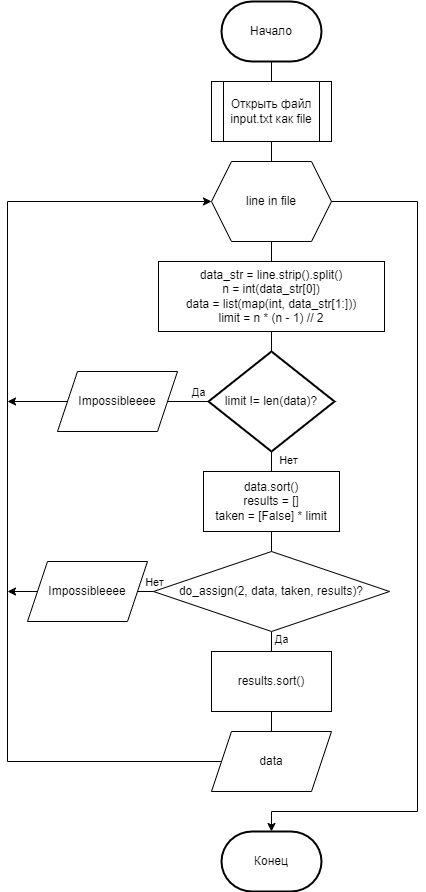
Earlier version of the draw.io export Lab 3/5.1/5.1.drawio.png (EdgeFirewalk/Software-Design-and-Testing-Labs). Source tidied: cells renumbered, new cells last; positions are measured from the earlier drawing's top-left corner, leaving out a move shared by most shapes. Its diagram source:
```xml
<mxGraphModel>
  <root>
    <mxCell id="0" />
    <mxCell id="1" parent="0" />
    <mxCell id="2" style="edgeStyle=orthogonalEdgeStyle;rounded=0;jettySize=auto;html=1;exitX=0.5;exitY=1;exitDx=0;exitDy=0;entryX=0.5;entryY=0;entryDx=0;entryDy=0;endArrow=none;endFill=0;" parent="1" edge="1" source="3" target="7">
      <mxGeometry relative="1" as="geometry" />
    </mxCell>
    <mxCell id="3" value="Открыть файл input.txt как file" style="shape=process;whiteSpace=wrap;html=1;backgroundOutline=1;" parent="1" vertex="1">
      <mxGeometry x="204" y="80" width="120" height="60" as="geometry" />
    </mxCell>
    <mxCell id="4" style="edgeStyle=orthogonalEdgeStyle;rounded=0;jettySize=auto;html=1;exitX=0.5;exitY=1;exitDx=0;exitDy=0;exitPerimeter=0;entryX=0.5;entryY=0;entryDx=0;entryDy=0;endArrow=none;endFill=0;" parent="1" edge="1" source="5" target="3">
      <mxGeometry relative="1" as="geometry" />
    </mxCell>
    <mxCell id="5" value="Начало" style="strokeWidth=2;html=1;shape=mxgraph.flowchart.terminator;whiteSpace=wrap;" parent="1" vertex="1">
      <mxGeometry x="214" width="100" height="60" as="geometry" />
    </mxCell>
    <mxCell id="6" style="edgeStyle=orthogonalEdgeStyle;rounded=0;jettySize=auto;html=1;exitX=0.5;exitY=1;exitDx=0;exitDy=0;entryX=0.5;entryY=0;entryDx=0;entryDy=0;endArrow=none;endFill=0;" parent="1" edge="1" source="7" target="8">
      <mxGeometry relative="1" as="geometry" />
    </mxCell>
    <mxCell id="7" value="line in file" style="shape=hexagon;perimeter=hexagonPerimeter2;whiteSpace=wrap;html=1;fixedSize=1;" parent="1" vertex="1">
      <mxGeometry x="204" y="160" width="120" height="80" as="geometry" />
    </mxCell>
    <mxCell id="8" value="data_str = line.strip().split()&lt;br&gt;n = int(data_str[0])&lt;br&gt;data = list(map(int, data_str[1:]))&lt;br&gt;limit = n * (n - 1) // 2" style="rounded=0;whiteSpace=wrap;html=1;" parent="1" vertex="1">
      <mxGeometry x="151" y="260" width="226" height="70" as="geometry" />
    </mxCell>
    <mxCell id="9" style="edgeStyle=orthogonalEdgeStyle;rounded=0;jettySize=auto;html=1;exitX=0;exitY=0.5;exitDx=0;exitDy=0;exitPerimeter=0;entryX=1;entryY=0.5;entryDx=0;entryDy=0;endArrow=none;endFill=0;" parent="1" edge="1" source="13" target="15">
      <mxGeometry relative="1" as="geometry" />
    </mxCell>
    <mxCell id="10" value="Да" style="edgeLabel;html=1;align=center;verticalAlign=middle;" parent="9" vertex="1">
      <mxGeometry x="0.22" y="-1" relative="1" as="geometry">
        <mxPoint x="7" y="-9" as="offset" />
      </mxGeometry>
    </mxCell>
    <mxCell id="11" style="edgeStyle=orthogonalEdgeStyle;rounded=0;jettySize=auto;html=1;exitX=0.5;exitY=1;exitDx=0;exitDy=0;exitPerimeter=0;entryX=0.5;entryY=0;entryDx=0;entryDy=0;endArrow=none;endFill=0;" parent="1" edge="1" source="13" target="18">
      <mxGeometry relative="1" as="geometry" />
    </mxCell>
    <mxCell id="12" value="Нет" style="edgeLabel;html=1;align=center;verticalAlign=middle;" parent="11" vertex="1">
      <mxGeometry x="-0.19" y="-1" relative="1" as="geometry">
        <mxPoint x="17" as="offset" />
      </mxGeometry>
    </mxCell>
    <mxCell id="13" value="limit != len(data)?" style="strokeWidth=2;html=1;shape=mxgraph.flowchart.decision;whiteSpace=wrap;" parent="1" vertex="1">
      <mxGeometry x="201" y="350" width="126" height="100" as="geometry" />
    </mxCell>
    <mxCell id="14" style="edgeStyle=orthogonalEdgeStyle;rounded=0;jettySize=auto;html=1;exitX=0;exitY=0.5;exitDx=0;exitDy=0;" parent="1" edge="1" source="15">
      <mxGeometry relative="1" as="geometry">
        <mxPoint y="400" as="targetPoint" />
      </mxGeometry>
    </mxCell>
    <mxCell id="15" value="Impossibleeee" style="shape=parallelogram;perimeter=parallelogramPerimeter;whiteSpace=wrap;html=1;fixedSize=1;" parent="1" vertex="1">
      <mxGeometry x="50" y="370" width="120" height="60" as="geometry" />
    </mxCell>
    <mxCell id="16" style="edgeStyle=orthogonalEdgeStyle;rounded=0;jettySize=auto;html=1;exitX=0.5;exitY=1;exitDx=0;exitDy=0;entryX=0.5;entryY=0;entryDx=0;entryDy=0;entryPerimeter=0;endArrow=none;endFill=0;" parent="1" edge="1" source="8" target="13">
      <mxGeometry relative="1" as="geometry" />
    </mxCell>
    <mxCell id="17" style="edgeStyle=orthogonalEdgeStyle;rounded=0;jettySize=auto;html=1;exitX=0.5;exitY=1;exitDx=0;exitDy=0;entryX=0.5;entryY=0;entryDx=0;entryDy=0;endArrow=none;endFill=0;" parent="1" edge="1" source="18" target="23">
      <mxGeometry relative="1" as="geometry" />
    </mxCell>
    <mxCell id="18" value="data.sort()&lt;br&gt;&lt;div&gt;results = []&lt;/div&gt;&lt;div&gt;&lt;span style=&quot;background-color: initial;&quot;&gt;taken = [False] * limit&lt;/span&gt;&lt;/div&gt;" style="rounded=0;whiteSpace=wrap;html=1;" parent="1" vertex="1">
      <mxGeometry x="196" y="470" width="136" height="60" as="geometry" />
    </mxCell>
    <mxCell id="19" style="edgeStyle=orthogonalEdgeStyle;rounded=0;jettySize=auto;html=1;exitX=0.5;exitY=1;exitDx=0;exitDy=0;entryX=0.5;entryY=0;entryDx=0;entryDy=0;endArrow=none;endFill=0;" parent="1" edge="1" source="23" target="25">
      <mxGeometry relative="1" as="geometry" />
    </mxCell>
    <mxCell id="20" value="Да" style="edgeLabel;html=1;align=center;verticalAlign=middle;" parent="19" vertex="1">
      <mxGeometry x="-0.19" y="-1" relative="1" as="geometry">
        <mxPoint x="10" y="-1" as="offset" />
      </mxGeometry>
    </mxCell>
    <mxCell id="21" style="edgeStyle=orthogonalEdgeStyle;rounded=0;jettySize=auto;html=1;exitX=0;exitY=0.5;exitDx=0;exitDy=0;entryX=1;entryY=0.5;entryDx=0;entryDy=0;endArrow=none;endFill=0;" parent="1" edge="1" source="23" target="29">
      <mxGeometry relative="1" as="geometry" />
    </mxCell>
    <mxCell id="22" value="Нет" style="edgeLabel;html=1;align=center;verticalAlign=middle;" parent="21" vertex="1">
      <mxGeometry x="-0.21" y="1" relative="1" as="geometry">
        <mxPoint x="6" y="-11" as="offset" />
      </mxGeometry>
    </mxCell>
    <mxCell id="23" value="do_assign(2, data, taken, results)?" style="rhombus;whiteSpace=wrap;html=1;" parent="1" vertex="1">
      <mxGeometry x="146" y="550" width="236" height="80" as="geometry" />
    </mxCell>
    <mxCell id="24" style="edgeStyle=orthogonalEdgeStyle;rounded=0;jettySize=auto;html=1;exitX=0.5;exitY=1;exitDx=0;exitDy=0;entryX=0.5;entryY=0;entryDx=0;entryDy=0;endArrow=none;endFill=0;" parent="1" edge="1" source="25" target="27">
      <mxGeometry relative="1" as="geometry" />
    </mxCell>
    <mxCell id="25" value="results.sort()" style="rounded=0;whiteSpace=wrap;html=1;" parent="1" vertex="1">
      <mxGeometry x="204" y="650" width="120" height="60" as="geometry" />
    </mxCell>
    <mxCell id="26" style="edgeStyle=orthogonalEdgeStyle;rounded=0;jettySize=auto;html=1;exitX=0;exitY=0.5;exitDx=0;exitDy=0;entryX=0;entryY=0.5;entryDx=0;entryDy=0;" parent="1" edge="1" source="27" target="7">
      <mxGeometry relative="1" as="geometry">
        <Array as="points">
          <mxPoint y="760" />
          <mxPoint y="200" />
        </Array>
      </mxGeometry>
    </mxCell>
    <mxCell id="27" value="data" style="shape=parallelogram;perimeter=parallelogramPerimeter;whiteSpace=wrap;html=1;fixedSize=1;" parent="1" vertex="1">
      <mxGeometry x="204" y="730" width="120" height="60" as="geometry" />
    </mxCell>
    <mxCell id="28" style="edgeStyle=orthogonalEdgeStyle;rounded=0;jettySize=auto;html=1;exitX=0;exitY=0.5;exitDx=0;exitDy=0;" parent="1" edge="1" source="29">
      <mxGeometry relative="1" as="geometry">
        <mxPoint y="590" as="targetPoint" />
      </mxGeometry>
    </mxCell>
    <mxCell id="29" value="Impossibleeee" style="shape=parallelogram;perimeter=parallelogramPerimeter;whiteSpace=wrap;html=1;fixedSize=1;" parent="1" vertex="1">
      <mxGeometry x="20" y="560" width="120" height="60" as="geometry" />
    </mxCell>
    <mxCell id="30" value="Конец" style="strokeWidth=2;html=1;shape=mxgraph.flowchart.terminator;whiteSpace=wrap;" parent="1" vertex="1">
      <mxGeometry x="214" y="830" width="100" height="60" as="geometry" />
    </mxCell>
    <mxCell id="31" style="edgeStyle=orthogonalEdgeStyle;rounded=0;jettySize=auto;html=1;exitX=1;exitY=0.5;exitDx=0;exitDy=0;entryX=0.5;entryY=0;entryDx=0;entryDy=0;entryPerimeter=0;" parent="1" edge="1" source="7" target="30">
      <mxGeometry relative="1" as="geometry">
        <Array as="points">
          <mxPoint x="410" y="200" />
          <mxPoint x="410" y="810" />
          <mxPoint x="264" y="810" />
        </Array>
      </mxGeometry>
    </mxCell>
  </root>
</mxGraphModel>
```
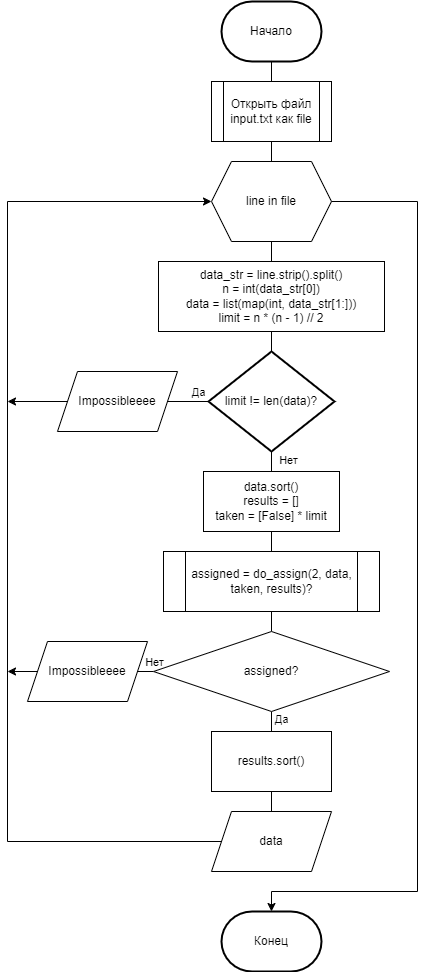
After the change.

Diff of the diagram source:
```diff
@@ -75,45 +75,48 @@
         <mxPoint x="6" y="-11" as="offset" />
       </mxGeometry>
     </mxCell>
-    <mxCell id="23" value="do_assign(2, data, taken, results)?" style="rhombus;whiteSpace=wrap;html=1;" parent="1" vertex="1">
-      <mxGeometry x="146" y="550" width="236" height="80" as="geometry" />
+    <mxCell id="23" value="assigned?" style="rhombus;whiteSpace=wrap;html=1;" parent="1" vertex="1">
+      <mxGeometry x="146" y="630" width="236" height="80" as="geometry" />
     </mxCell>
     <mxCell id="24" style="edgeStyle=orthogonalEdgeStyle;rounded=0;jettySize=auto;html=1;exitX=0.5;exitY=1;exitDx=0;exitDy=0;entryX=0.5;entryY=0;entryDx=0;entryDy=0;endArrow=none;endFill=0;" parent="1" edge="1" source="25" target="27">
       <mxGeometry relative="1" as="geometry" />
     </mxCell>
     <mxCell id="25" value="results.sort()" style="rounded=0;whiteSpace=wrap;html=1;" parent="1" vertex="1">
-      <mxGeometry x="204" y="650" width="120" height="60" as="geometry" />
+      <mxGeometry x="204" y="730" width="120" height="60" as="geometry" />
     </mxCell>
     <mxCell id="26" style="edgeStyle=orthogonalEdgeStyle;rounded=0;jettySize=auto;html=1;exitX=0;exitY=0.5;exitDx=0;exitDy=0;entryX=0;entryY=0.5;entryDx=0;entryDy=0;" parent="1" edge="1" source="27" target="7">
       <mxGeometry relative="1" as="geometry">
         <Array as="points">
-          <mxPoint y="760" />
+          <mxPoint y="840" />
           <mxPoint y="200" />
         </Array>
       </mxGeometry>
     </mxCell>
     <mxCell id="27" value="data" style="shape=parallelogram;perimeter=parallelogramPerimeter;whiteSpace=wrap;html=1;fixedSize=1;" parent="1" vertex="1">
-      <mxGeometry x="204" y="730" width="120" height="60" as="geometry" />
+      <mxGeometry x="204" y="810" width="120" height="60" as="geometry" />
     </mxCell>
     <mxCell id="28" style="edgeStyle=orthogonalEdgeStyle;rounded=0;jettySize=auto;html=1;exitX=0;exitY=0.5;exitDx=0;exitDy=0;" parent="1" edge="1" source="29">
       <mxGeometry relative="1" as="geometry">
-        <mxPoint y="590" as="targetPoint" />
+        <mxPoint y="670" as="targetPoint" />
       </mxGeometry>
     </mxCell>
     <mxCell id="29" value="Impossibleeee" style="shape=parallelogram;perimeter=parallelogramPerimeter;whiteSpace=wrap;html=1;fixedSize=1;" parent="1" vertex="1">
-      <mxGeometry x="20" y="560" width="120" height="60" as="geometry" />
+      <mxGeometry x="20" y="640" width="120" height="60" as="geometry" />
     </mxCell>
     <mxCell id="30" value="Конец" style="strokeWidth=2;html=1;shape=mxgraph.flowchart.terminator;whiteSpace=wrap;" parent="1" vertex="1">
-      <mxGeometry x="214" y="830" width="100" height="60" as="geometry" />
+      <mxGeometry x="214" y="910" width="100" height="60" as="geometry" />
     </mxCell>
     <mxCell id="31" style="edgeStyle=orthogonalEdgeStyle;rounded=0;jettySize=auto;html=1;exitX=1;exitY=0.5;exitDx=0;exitDy=0;entryX=0.5;entryY=0;entryDx=0;entryDy=0;entryPerimeter=0;" parent="1" edge="1" source="7" target="30">
       <mxGeometry relative="1" as="geometry">
         <Array as="points">
           <mxPoint x="410" y="200" />
-          <mxPoint x="410" y="810" />
-          <mxPoint x="264" y="810" />
+          <mxPoint x="410" y="890" />
+          <mxPoint x="264" y="890" />
         </Array>
       </mxGeometry>
     </mxCell>
+    <mxCell id="32" value="assigned = do_assign(2, data, taken, results)?" style="shape=process;whiteSpace=wrap;html=1;backgroundOutline=1;" parent="1" vertex="1">
+      <mxGeometry x="156" y="550" width="216" height="60" as="geometry" />
+    </mxCell>
   </root>
 </mxGraphModel>
```
